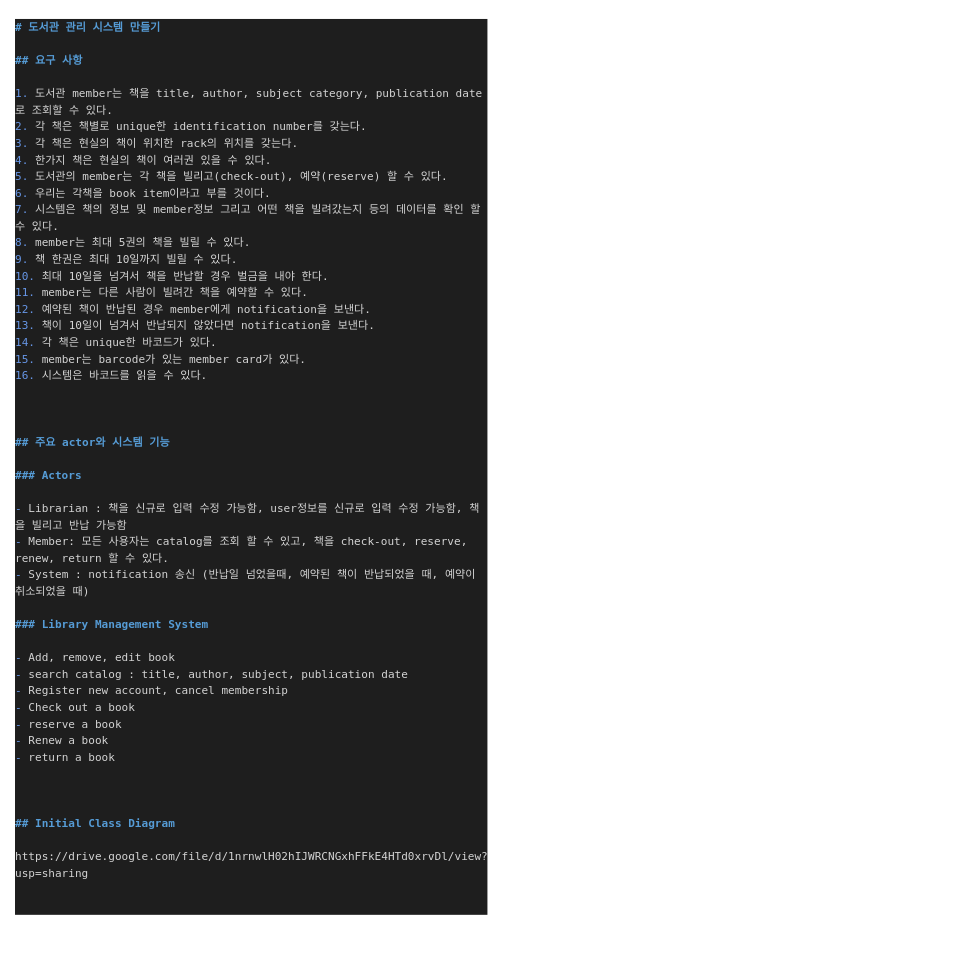
Before: page "요구사항" (2 of 3) of Library.drawio in gogogo191/becomeadeveloper, a draw.io diagram. Source tidied: cells renumbered, new cells numbered last; positions are measured from the earlier drawing's top-left corner, leaving out a move shared by most shapes. Both pictures are drawn from the tidied source at 79%, with x=0, y=0 at pixel (13, 13).
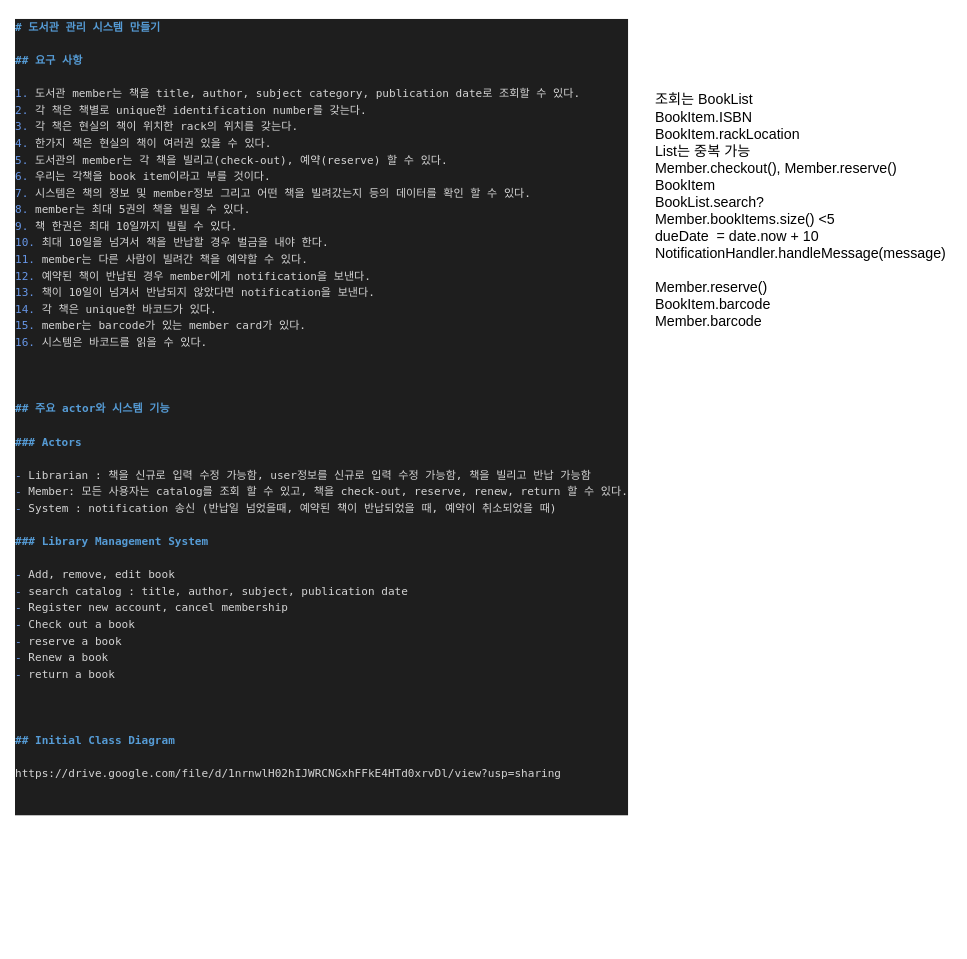
Above is the later version.

The edit, as a diff of the source:
```diff
@@
 <mxGraphModel>
   <root>
     <mxCell id="0" />
     <mxCell id="1" parent="0" />
     <mxCell id="2" value="&lt;div style=&quot;color: rgb(212, 212, 212); background-color: rgb(30, 30, 30); font-family: Menlo, Monaco, &amp;quot;Courier New&amp;quot;, monospace; font-weight: normal; font-size: 14px; line-height: 21px;&quot;&gt;&lt;div&gt;&lt;span style=&quot;color: #569cd6;font-weight: bold;&quot;&gt;# 도서관 관리 시스템 만들기&lt;/span&gt;&lt;/div&gt;&lt;br&gt;&lt;div&gt;&lt;span style=&quot;color: #569cd6;font-weight: bold;&quot;&gt;## 요구 사항&lt;/span&gt;&lt;/div&gt;&lt;br&gt;&lt;div&gt;&lt;span style=&quot;color: #6796e6;&quot;&gt;1.&lt;/span&gt;&lt;span style=&quot;color: #d4d4d4;&quot;&gt; 도서관 member는 책을 title, author, subject category, publication date로 조회할 수 있다.&lt;/span&gt;&lt;/div&gt;&lt;div&gt;&lt;span style=&quot;color: #6796e6;&quot;&gt;2.&lt;/span&gt;&lt;span style=&quot;color: #d4d4d4;&quot;&gt; 각 책은 책별로 unique한 identification number를 갖는다.&lt;/span&gt;&lt;/div&gt;&lt;div&gt;&lt;span style=&quot;color: #6796e6;&quot;&gt;3.&lt;/span&gt;&lt;span style=&quot;color: #d4d4d4;&quot;&gt; 각 책은 현실의 책이 위치한 rack의 위치를 갖는다.&lt;/span&gt;&lt;/div&gt;&lt;div&gt;&lt;span style=&quot;color: #6796e6;&quot;&gt;4.&lt;/span&gt;&lt;span style=&quot;color: #d4d4d4;&quot;&gt; 한가지 책은 현실의 책이 여러권 있을 수 있다.&lt;/span&gt;&lt;/div&gt;&lt;div&gt;&lt;span style=&quot;color: #6796e6;&quot;&gt;5.&lt;/span&gt;&lt;span style=&quot;color: #d4d4d4;&quot;&gt; 도서관의 member는 각 책을 빌리고(check-out), 예약(reserve) 할 수 있다.&lt;/span&gt;&lt;/div&gt;&lt;div&gt;&lt;span style=&quot;color: #6796e6;&quot;&gt;6.&lt;/span&gt;&lt;span style=&quot;color: #d4d4d4;&quot;&gt; 우리는 각책을 book item이라고 부를 것이다.&lt;/span&gt;&lt;/div&gt;&lt;div&gt;&lt;span style=&quot;color: #6796e6;&quot;&gt;7.&lt;/span&gt;&lt;span style=&quot;color: #d4d4d4;&quot;&gt; 시스템은 책의 정보 및 member정보 그리고 어떤 책을 빌려갔는지 등의 데이터를 확인 할 수 있다.&lt;/span&gt;&lt;/div&gt;&lt;div&gt;&lt;span style=&quot;color: #6796e6;&quot;&gt;8.&lt;/span&gt;&lt;span style=&quot;color: #d4d4d4;&quot;&gt; member는 최대 5권의 책을 빌릴 수 있다.&lt;/span&gt;&lt;/div&gt;&lt;div&gt;&lt;span style=&quot;color: #6796e6;&quot;&gt;9.&lt;/span&gt;&lt;span style=&quot;color: #d4d4d4;&quot;&gt; 책 한권은 최대 10일까지 빌릴 수 있다.&lt;/span&gt;&lt;/div&gt;&lt;div&gt;&lt;span style=&quot;color: #6796e6;&quot;&gt;10.&lt;/span&gt;&lt;span style=&quot;color: #d4d4d4;&quot;&gt; 최대 10일을 넘겨서 책을 반납할 경우 벌금을 내야 한다.&lt;/span&gt;&lt;/div&gt;&lt;div&gt;&lt;span style=&quot;color: #6796e6;&quot;&gt;11.&lt;/span&gt;&lt;span style=&quot;color: #d4d4d4;&quot;&gt; member는 다른 사람이 빌려간 책을 예약할 수 있다.&lt;/span&gt;&lt;/div&gt;&lt;div&gt;&lt;span style=&quot;color: #6796e6;&quot;&gt;12.&lt;/span&gt;&lt;span style=&quot;color: #d4d4d4;&quot;&gt; 예약된 책이 반납된 경우 member에게 notification을 보낸다. &lt;/span&gt;&lt;/div&gt;&lt;div&gt;&lt;span style=&quot;color: #6796e6;&quot;&gt;13.&lt;/span&gt;&lt;span style=&quot;color: #d4d4d4;&quot;&gt; 책이 10일이 넘겨서 반납되지 않았다면 notification을 보낸다.&lt;/span&gt;&lt;/div&gt;&lt;div&gt;&lt;span style=&quot;color: #6796e6;&quot;&gt;14.&lt;/span&gt;&lt;span style=&quot;color: #d4d4d4;&quot;&gt; 각 책은 unique한 바코드가 있다.&lt;/span&gt;&lt;/div&gt;&lt;div&gt;&lt;span style=&quot;color: #6796e6;&quot;&gt;15.&lt;/span&gt;&lt;span style=&quot;color: #d4d4d4;&quot;&gt; member는 barcode가 있는 member card가 있다.&lt;/span&gt;&lt;/div&gt;&lt;div&gt;&lt;span style=&quot;color: #6796e6;&quot;&gt;16.&lt;/span&gt;&lt;span style=&quot;color: #d4d4d4;&quot;&gt; 시스템은 바코드를 읽을 수 있다.&lt;/span&gt;&lt;/div&gt;&lt;br&gt;&lt;br&gt;&lt;br&gt;&lt;div&gt;&lt;span style=&quot;color: #569cd6;font-weight: bold;&quot;&gt;## 주요 actor와 시스템 기능&lt;/span&gt;&lt;/div&gt;&lt;br&gt;&lt;div&gt;&lt;span style=&quot;color: #569cd6;font-weight: bold;&quot;&gt;### Actors&lt;/span&gt;&lt;/div&gt;&lt;br&gt;&lt;div&gt;&lt;span style=&quot;color: #6796e6;&quot;&gt;-&lt;/span&gt;&lt;span style=&quot;color: #d4d4d4;&quot;&gt; Librarian : 책을 신규로 입력 수정 가능함, user정보를 신규로 입력 수정 가능함, 책을 빌리고 반납 가능함&lt;/span&gt;&lt;/div&gt;&lt;div&gt;&lt;span style=&quot;color: #6796e6;&quot;&gt;-&lt;/span&gt;&lt;span style=&quot;color: #d4d4d4;&quot;&gt; Member: 모든 사용자는 catalog를 조회 할 수 있고, 책을 check-out, reserve, renew, return 할 수 있다.&lt;/span&gt;&lt;/div&gt;&lt;div&gt;&lt;span style=&quot;color: #6796e6;&quot;&gt;-&lt;/span&gt;&lt;span style=&quot;color: #d4d4d4;&quot;&gt; System : notification 송신 (반납일 넘었을때, 예약된 책이 반납되었을 때, 예약이 취소되었을 때)&lt;/span&gt;&lt;/div&gt;&lt;br&gt;&lt;div&gt;&lt;span style=&quot;color: #569cd6;font-weight: bold;&quot;&gt;### Library Management System&lt;/span&gt;&lt;/div&gt;&lt;br&gt;&lt;div&gt;&lt;span style=&quot;color: #6796e6;&quot;&gt;-&lt;/span&gt;&lt;span style=&quot;color: #d4d4d4;&quot;&gt; Add, remove, edit book&lt;/span&gt;&lt;/div&gt;&lt;div&gt;&lt;span style=&quot;color: #6796e6;&quot;&gt;-&lt;/span&gt;&lt;span style=&quot;color: #d4d4d4;&quot;&gt; search catalog : title, author, subject, publication date&lt;/span&gt;&lt;/div&gt;&lt;div&gt;&lt;span style=&quot;color: #6796e6;&quot;&gt;-&lt;/span&gt;&lt;span style=&quot;color: #d4d4d4;&quot;&gt; Register new account, cancel membership&lt;/span&gt;&lt;/div&gt;&lt;div&gt;&lt;span style=&quot;color: #6796e6;&quot;&gt;-&lt;/span&gt;&lt;span style=&quot;color: #d4d4d4;&quot;&gt; Check out a book&lt;/span&gt;&lt;/div&gt;&lt;div&gt;&lt;span style=&quot;color: #6796e6;&quot;&gt;-&lt;/span&gt;&lt;span style=&quot;color: #d4d4d4;&quot;&gt; reserve a book&lt;/span&gt;&lt;/div&gt;&lt;div&gt;&lt;span style=&quot;color: #6796e6;&quot;&gt;-&lt;/span&gt;&lt;span style=&quot;color: #d4d4d4;&quot;&gt; Renew a book&lt;/span&gt;&lt;/div&gt;&lt;div&gt;&lt;span style=&quot;color: #6796e6;&quot;&gt;-&lt;/span&gt;&lt;span style=&quot;color: #d4d4d4;&quot;&gt; return a book&lt;/span&gt;&lt;/div&gt;&lt;br&gt;&lt;br&gt;&lt;br&gt;&lt;div&gt;&lt;span style=&quot;color: #569cd6;font-weight: bold;&quot;&gt;## Initial Class Diagram&lt;/span&gt;&lt;/div&gt;&lt;br&gt;&lt;div&gt;&lt;span style=&quot;color: #d4d4d4;&quot;&gt;https://drive.google.com/file/d/1nrnwlH02hIJWRCNGxhFFkE4HTd0xrvDl/view?usp=sharing&lt;/span&gt;&lt;/div&gt;&lt;br&gt;&lt;br&gt;&lt;/div&gt;" style="text;whiteSpace=wrap;html=1;" parent="1" vertex="1">
-      <mxGeometry width="560" height="1180" as="geometry" />
+      <mxGeometry width="850" height="1180" as="geometry" />
     </mxCell>
+    <mxCell id="3" value="&lt;font style=&quot;font-size: 18px;&quot;&gt;조회는 BookList&lt;br&gt;BookItem.ISBN&lt;br&gt;BookItem.rackLocation&lt;br&gt;List는 중복 가능&lt;br&gt;Member.checkout(), Member.reserve()&lt;br&gt;BookItem&lt;br&gt;BookList.search?&lt;br&gt;Member.bookItems.size() &amp;lt;5&lt;br&gt;dueDate&amp;nbsp; = date.now + 10&lt;br&gt;NotificationHandler.handleMessage(message)&lt;br&gt;&lt;br&gt;Member.reserve()&lt;br&gt;BookItem.barcode&lt;br&gt;Member.barcode&lt;/font&gt;" style="text;html=1;strokeColor=none;fillColor=none;align=left;verticalAlign=middle;whiteSpace=wrap;rounded=0;" parent="1" vertex="1">
+      <mxGeometry x="810" y="110" width="380" height="280" as="geometry" />
+    </mxCell>
   </root>
 </mxGraphModel>
```
